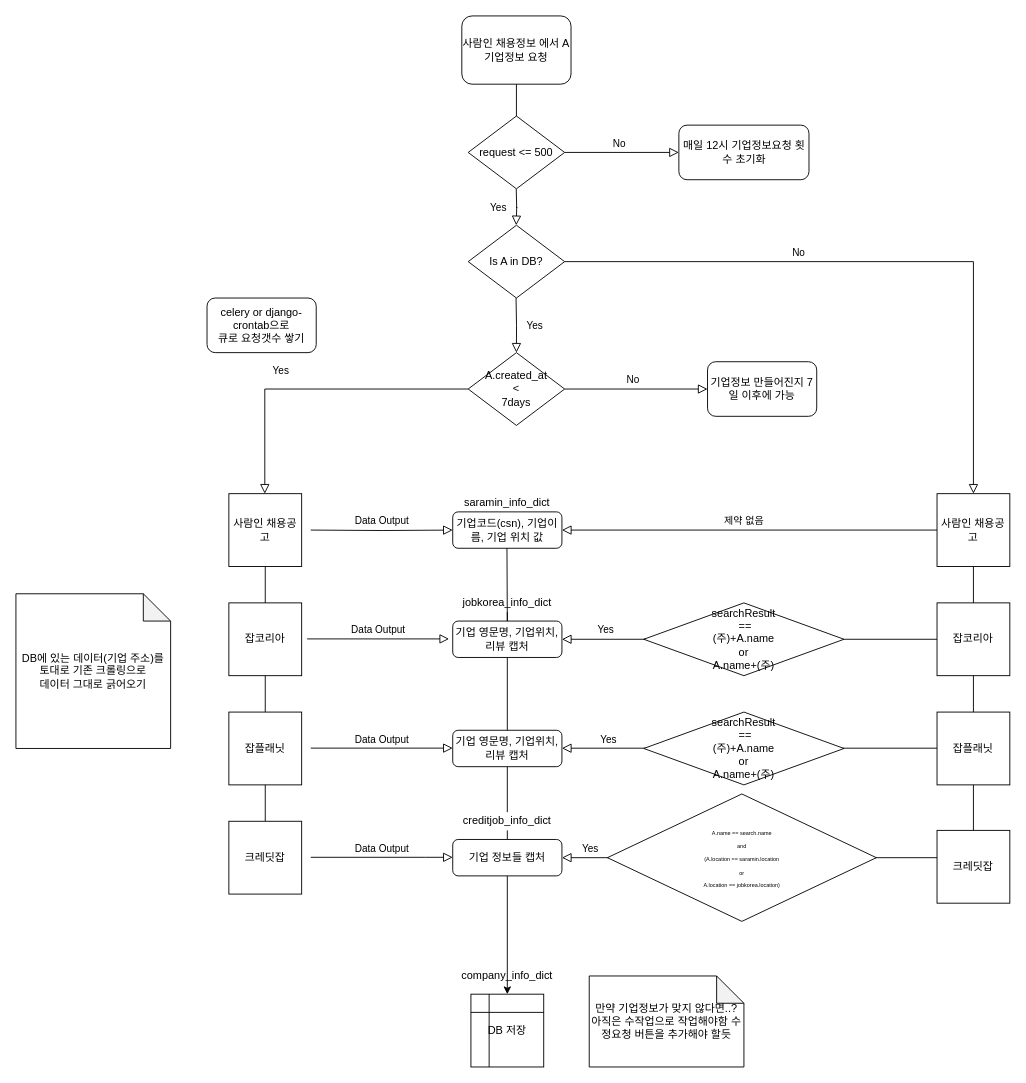
Before: Untitled Diagram.drawio in NGG-kang/project3, a draw.io diagram. Source tidied: cells renumbered, new cells numbered last; positions are measured from the earlier drawing's top-left corner, leaving out a move shared by most shapes. Both pictures are drawn from the tidied source at 91%, with x=0, y=0 at pixel (15, 15).
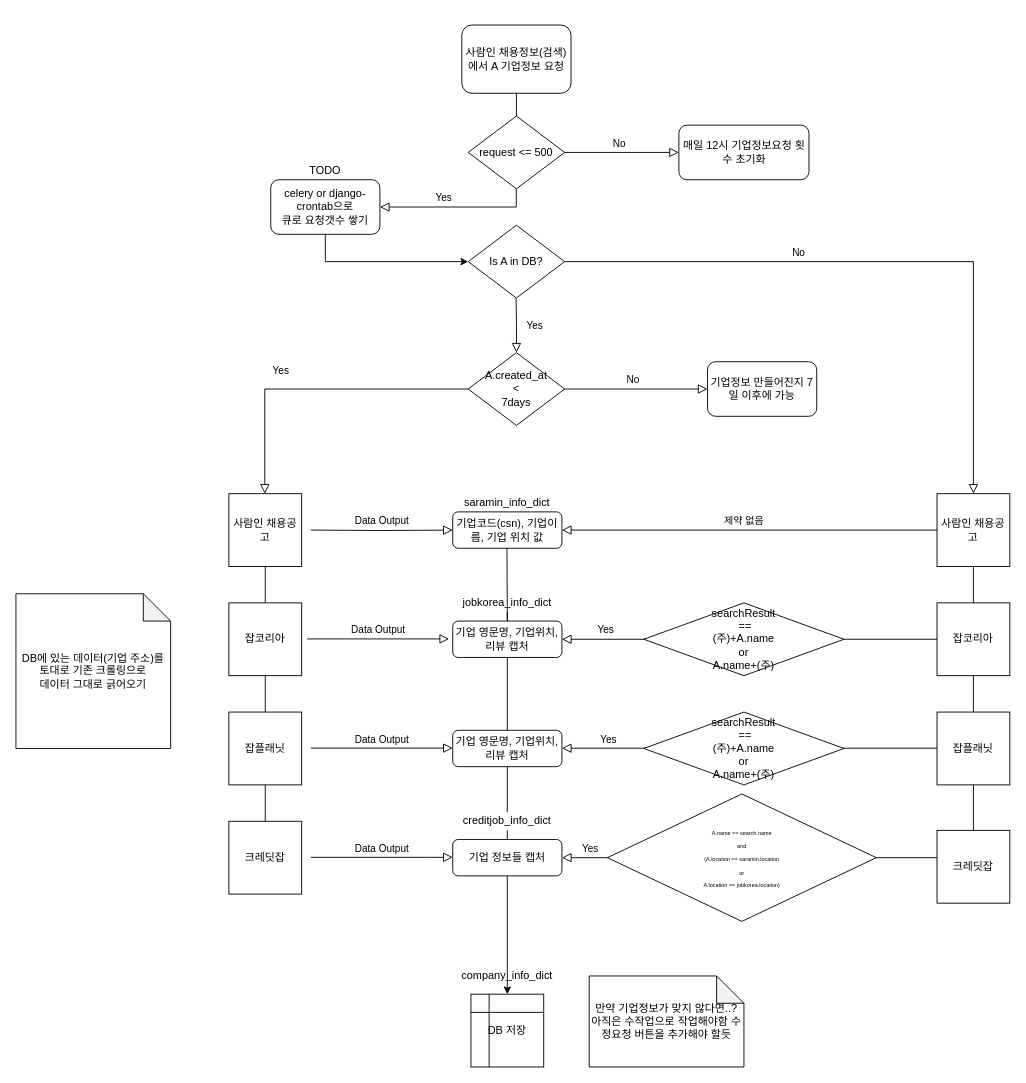
Above is the later version.

Unchanged cells that the change refers to:
```xml
<mxCell id="34" value="Is A in DB?" style="rhombus;whiteSpace=wrap;html=1;" parent="1" vertex="1">
  <mxGeometry x="497" y="230" width="106" height="80" as="geometry" />
</mxCell>
```

The edit, as a diff of the source:
```diff
@@
-    <mxCell id="8" value="사람인 채용정보 에서 A 기업정보 요청" style="rounded=1;whiteSpace=wrap;html=1;fontSize=12;glass=0;strokeWidth=1;shadow=0;" parent="1" vertex="1">
-      <mxGeometry x="490" width="120" height="75" as="geometry" />
+    <mxCell id="8" value="사람인 채용정보(검색)에서 A 기업정보 요청" style="rounded=1;whiteSpace=wrap;html=1;fontSize=12;glass=0;strokeWidth=1;shadow=0;" parent="1" vertex="1">
+      <mxGeometry x="490" y="10" width="120" height="75" as="geometry" />
     </mxCell>
@@
-    <mxCell id="31" value="Yes" style="rounded=0;html=1;jettySize=auto;orthogonalLoop=1;fontSize=11;endArrow=block;endFill=0;endSize=8;strokeWidth=1;shadow=0;labelBackgroundColor=none;edgeStyle=orthogonalEdgeStyle;" parent="1" edge="1">
-      <mxGeometry y="20" relative="1" as="geometry">
+    <mxCell id="31" value="Yes" style="rounded=0;html=1;jettySize=auto;fontSize=11;endArrow=block;endFill=0;endSize=8;strokeWidth=1;shadow=0;labelBackgroundColor=none;edgeStyle=orthogonalEdgeStyle;entryX=1;entryY=0.5;entryDx=0;entryDy=0;" parent="1" edge="1" target="46">
+      <mxGeometry x="0.18" y="-10" relative="1" as="geometry">
         <mxPoint x="549.8" y="190" as="sourcePoint" />
-        <mxPoint x="549.8" y="230" as="targetPoint" />
+        <Array as="points">
+          <mxPoint x="550" y="210" />
+        </Array>
       </mxGeometry>
     </mxCell>
@@
-    <mxCell id="46" value="celery or django-crontab으로 &lt;br&gt;큐로 요청갯수 쌓기" style="rounded=1;whiteSpace=wrap;html=1;" parent="1" vertex="1">
-      <mxGeometry x="210" y="310" width="120" height="60" as="geometry" />
-    </mxCell>
@@
+    <mxCell id="52" style="group;" parent="1" vertex="1">
+      <mxGeometry x="280" y="160" width="120" height="80" as="geometry" />
+    </mxCell>
+    <mxCell id="53" style="group;" parent="52" vertex="1">
+      <mxGeometry width="120" height="80" as="geometry" />
+    </mxCell>
+    <mxCell id="46" value="celery or django-crontab으로 &lt;br&gt;큐로 요청갯수 쌓기" style="rounded=1;whiteSpace=wrap;html=1;" parent="53" vertex="1">
+      <mxGeometry y="20" width="120" height="60" as="geometry" />
+    </mxCell>
+    <mxCell id="54" value="TODO" style="text;html=1;strokeColor=none;fillColor=none;align=center;verticalAlign=middle;whiteSpace=wrap;rounded=0;" parent="53" vertex="1">
+      <mxGeometry x="40" width="40" height="20" as="geometry" />
+    </mxCell>
+    <mxCell id="55" style="edgeStyle=orthogonalEdgeStyle;rounded=0;jettySize=auto;html=1;" parent="1" edge="1" source="46" target="34">
+      <mxGeometry relative="1" as="geometry">
+        <Array as="points">
+          <mxPoint x="340" y="270" />
+        </Array>
+      </mxGeometry>
+    </mxCell>
```
